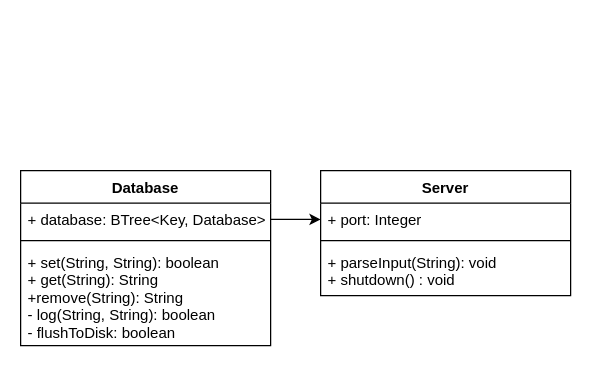
TheCrescentKing/building-a-database-with-rust keeps this draw.io diagram as Database Design.drawio. Above is the earlier version. Source tidied: cells renumbered, new cells numbered last; positions are measured from the earlier drawing's top-left corner, leaving out a move shared by most shapes. Both pictures are drawn from the tidied source at 125%, with x=0, y=0 at pixel (20, 170).
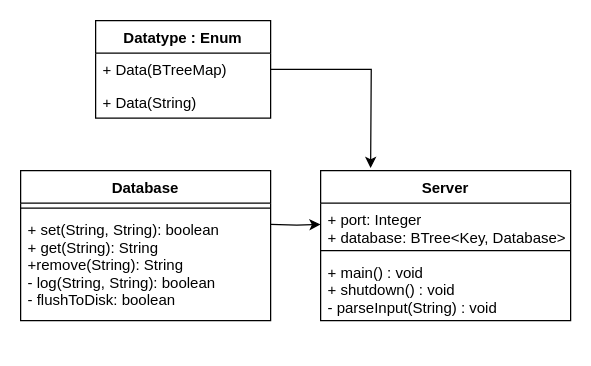
The same page after the edit.

What changed in the source:
```diff
@@
 <mxGraphModel>
   <root>
     <mxCell id="0" />
     <mxCell id="1" parent="0" />
     <mxCell id="2" value="Database" style="swimlane;fontStyle=1;align=center;verticalAlign=top;horizontal=1;startSize=26;" parent="1" vertex="1">
-      <mxGeometry width="200" height="140" as="geometry" />
+      <mxGeometry width="200" height="120" as="geometry" />
     </mxCell>
-    <mxCell id="3" value="+ database: BTree&lt;Key, Database&gt;" style="text;strokeColor=none;fillColor=none;align=left;verticalAlign=top;spacingLeft=4;spacingRight=4;overflow=hidden;points=[[0,0.5],[1,0.5]];portConstraint=eastwest;" parent="2" vertex="1">
-      <mxGeometry y="26" width="200" height="26" as="geometry" />
-    </mxCell>
     <mxCell id="4" style="line;strokeWidth=1;fillColor=none;align=left;verticalAlign=middle;spacingTop=-1;spacingLeft=3;spacingRight=3;labelPosition=right;" parent="2" vertex="1">
-      <mxGeometry y="52" width="200" height="8" as="geometry" />
+      <mxGeometry y="26" width="200" height="8" as="geometry" />
     </mxCell>
     <mxCell id="5" value="+ set(String, String): boolean&#10;+ get(String): String&#10;+remove(String): String &#10;- log(String, String): boolean&#10;- flushToDisk: boolean" style="text;strokeColor=none;fillColor=none;align=left;verticalAlign=top;spacingLeft=4;spacingRight=4;overflow=hidden;" parent="2" vertex="1">
-      <mxGeometry y="60" width="200" height="80" as="geometry" />
+      <mxGeometry y="34" width="200" height="86" as="geometry" />
     </mxCell>
     <mxCell id="6" value="Server" style="swimlane;fontStyle=1;align=center;verticalAlign=top;horizontal=1;startSize=26;" parent="1" vertex="1">
-      <mxGeometry x="240" width="200" height="100" as="geometry" />
+      <mxGeometry x="240" width="200" height="120" as="geometry" />
     </mxCell>
-    <mxCell id="7" value="+ port: Integer" style="text;strokeColor=none;fillColor=none;align=left;verticalAlign=top;spacingLeft=4;spacingRight=4;overflow=hidden;points=[[0,0.5],[1,0.5]];portConstraint=eastwest;" parent="6" vertex="1">
-      <mxGeometry y="26" width="200" height="26" as="geometry" />
+    <mxCell id="7" value="+ port: Integer&#10;+ database: BTree&lt;Key, Database&gt;" style="text;strokeColor=none;fillColor=none;align=left;verticalAlign=top;spacingLeft=4;spacingRight=4;overflow=hidden;points=[[0,0.5],[1,0.5]];portConstraint=eastwest;" parent="6" vertex="1">
+      <mxGeometry y="26" width="200" height="34" as="geometry" />
     </mxCell>
     <mxCell id="8" style="line;strokeWidth=1;fillColor=none;align=left;verticalAlign=middle;spacingTop=-1;spacingLeft=3;spacingRight=3;labelPosition=right;" parent="6" vertex="1">
-      <mxGeometry y="52" width="200" height="8" as="geometry" />
+      <mxGeometry y="60" width="200" height="8" as="geometry" />
     </mxCell>
-    <mxCell id="9" value="+ parseInput(String): void&#10;+ shutdown() : void" style="text;strokeColor=none;fillColor=none;align=left;verticalAlign=top;spacingLeft=4;spacingRight=4;overflow=hidden;" parent="6" vertex="1">
-      <mxGeometry y="60" width="200" height="40" as="geometry" />
+    <mxCell id="9" value="+ main() : void&#10;+ shutdown() : void&#10;- parseInput(String) : void" style="text;strokeColor=none;fillColor=none;align=left;verticalAlign=top;spacingLeft=4;spacingRight=4;overflow=hidden;" parent="6" vertex="1">
+      <mxGeometry y="68" width="200" height="52" as="geometry" />
     </mxCell>
-    <mxCell id="10" style="edgeStyle=orthogonalEdgeStyle;rounded=0;jettySize=auto;html=1;exitX=1;exitY=0.5;exitDx=0;exitDy=0;entryX=0;entryY=0.5;entryDx=0;entryDy=0;" parent="1" edge="1" source="3" target="7">
-      <mxGeometry relative="1" as="geometry" />
+    <mxCell id="10" style="edgeStyle=orthogonalEdgeStyle;rounded=0;jettySize=auto;html=1;entryX=0;entryY=0.5;entryDx=0;entryDy=0;" parent="1" edge="1" target="7">
+      <mxGeometry relative="1" as="geometry">
+        <mxPoint x="200" y="43" as="sourcePoint" />
+      </mxGeometry>
     </mxCell>
+    <mxCell id="11" style="edgeStyle=orthogonalEdgeStyle;rounded=0;jettySize=auto;html=1;" parent="1" edge="1" source="12">
+      <mxGeometry relative="1" as="geometry">
+        <mxPoint x="280" y="-2" as="targetPoint" />
+      </mxGeometry>
+    </mxCell>
+    <mxCell id="12" value="Datatype : Enum" style="swimlane;fontStyle=1;horizontal=1;startSize=26;fillColor=none;" parent="1" vertex="1">
+      <mxGeometry x="60" y="-120" width="140" height="78" as="geometry" />
+    </mxCell>
+    <mxCell id="13" value="+ Data(BTreeMap)" style="text;strokeColor=none;fillColor=none;align=left;verticalAlign=top;spacingLeft=4;spacingRight=4;overflow=hidden;" parent="12" vertex="1">
+      <mxGeometry y="26" width="140" height="26" as="geometry" />
+    </mxCell>
+    <mxCell id="14" value="+ Data(String)" style="text;strokeColor=none;fillColor=none;align=left;verticalAlign=top;spacingLeft=4;spacingRight=4;overflow=hidden;" parent="12" vertex="1">
+      <mxGeometry y="52" width="140" height="26" as="geometry" />
+    </mxCell>
   </root>
 </mxGraphModel>
```
